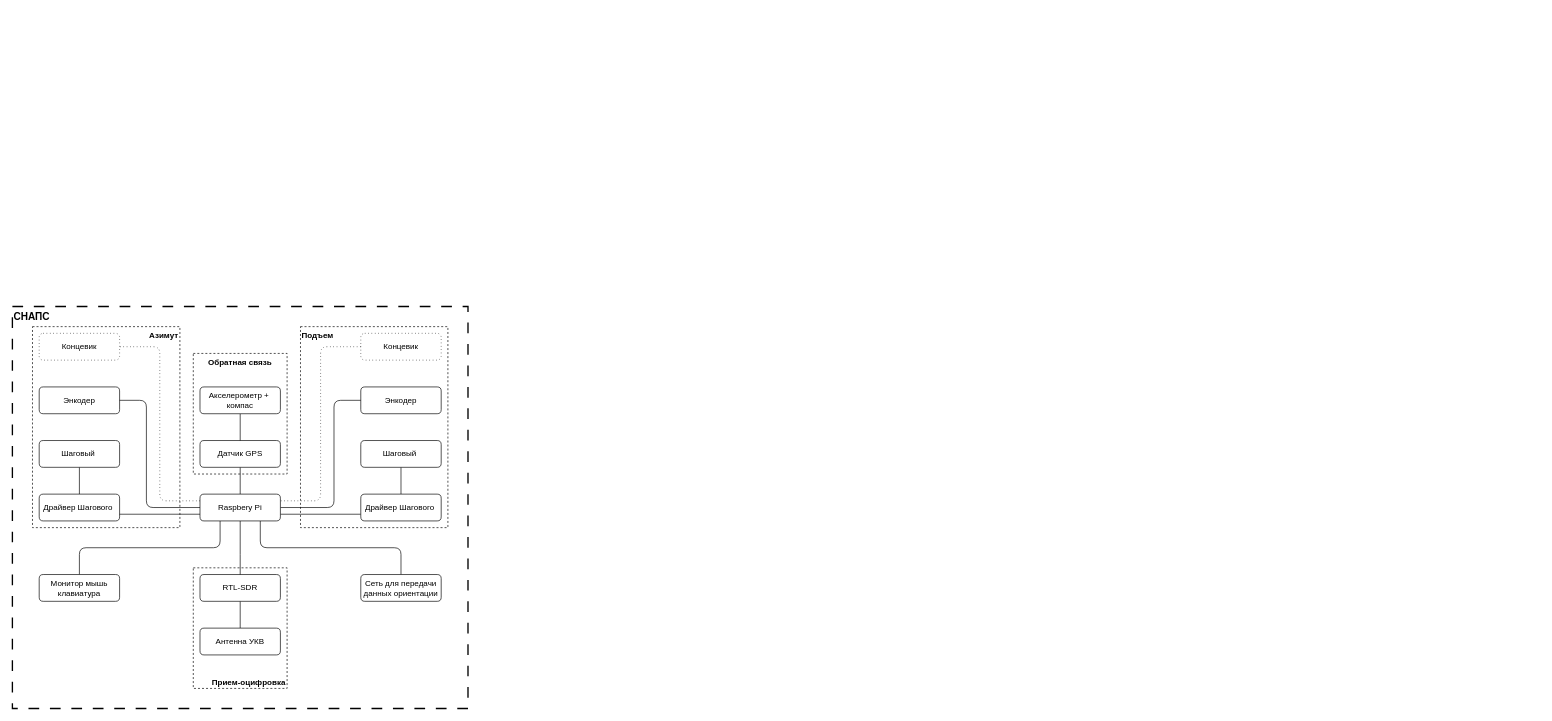
This is docs/Э1.drawio from Nik6820/stars-pcb, a draw.io file, before an edit. Source tidied: cells renumbered, new cells numbered last; positions are measured from the earlier drawing's top-left corner, leaving out a move shared by most shapes. Both pictures are drawn from the tidied source at 67%, with x=0, y=0 at pixel (12, 306).
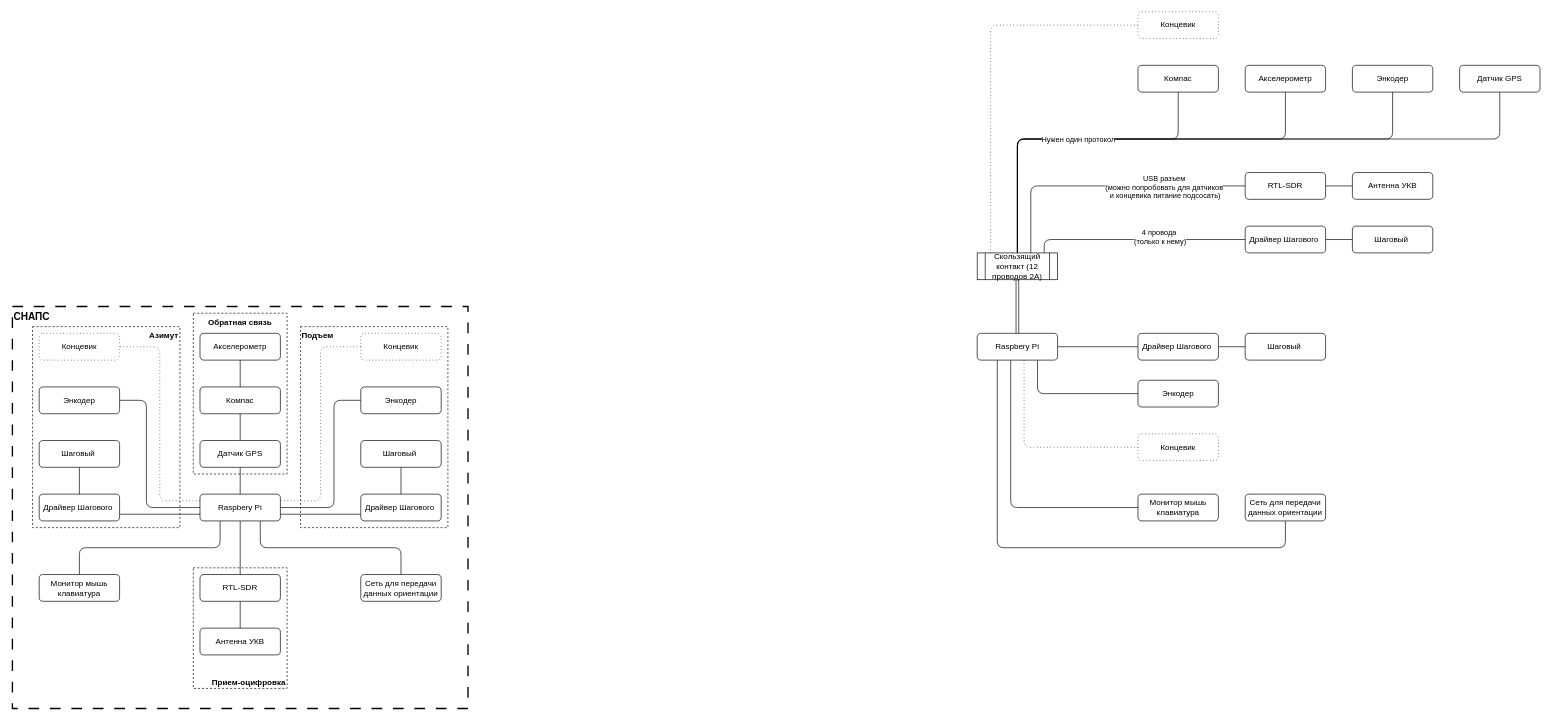
The same diagram, later.

The edit, as a diff of the source:
```diff
@@
     <mxCell id="3" value="Обратная связь" style="rounded=0;whiteSpace=wrap;html=1;dashed=1;fillColor=none;align=center;verticalAlign=top;fontStyle=1;" parent="1" vertex="1">
-      <mxGeometry x="270" y="70" width="140" height="180" as="geometry" />
+      <mxGeometry x="270" y="10" width="140" height="240" as="geometry" />
     </mxCell>
@@
-    <mxCell id="31" value="Акселерометр +&amp;nbsp; компас" style="rounded=1;whiteSpace=wrap;html=1;" parent="1" vertex="1">
+    <mxCell id="31" value="Компас" style="rounded=1;whiteSpace=wrap;html=1;" parent="1" vertex="1">
       <mxGeometry x="280" y="120" width="120" height="40" as="geometry" />
     </mxCell>
@@
+    <mxCell id="36" value="Акселерометр" style="rounded=1;whiteSpace=wrap;html=1;" parent="1" vertex="1">
+      <mxGeometry x="280" y="40" width="120" height="40" as="geometry" />
+    </mxCell>
+    <mxCell id="37" style="endArrow=none;html=1;" parent="1" edge="1" source="31" target="36">
+      <mxGeometry relative="1" as="geometry" />
+    </mxCell>
+    <mxCell id="38" style="edgeStyle=none;html=1;endArrow=none;endFill=0;" parent="1" edge="1" source="39" target="44">
+      <mxGeometry relative="1" as="geometry" />
+    </mxCell>
+    <mxCell id="39" value="&lt;span style=&quot;color: rgb(0, 0, 0);&quot;&gt;Драйвер Шагового&amp;nbsp;&lt;/span&gt;" style="rounded=1;whiteSpace=wrap;html=1;" parent="1" vertex="1">
+      <mxGeometry x="1680" y="40" width="120" height="40" as="geometry" />
+    </mxCell>
+    <mxCell id="40" style="edgeStyle=none;html=1;endArrow=none;endFill=0;" parent="1" edge="1" source="66" target="39">
+      <mxGeometry relative="1" as="geometry" />
+    </mxCell>
+    <mxCell id="41" style="edgeStyle=elbowEdgeStyle;html=1;endArrow=none;endFill=0;entryX=0;entryY=0.5;entryDx=0;entryDy=0;" parent="1" edge="1" source="68" target="46">
+      <mxGeometry relative="1" as="geometry">
+        <Array as="points">
+          <mxPoint x="1540" y="-80" />
+        </Array>
+      </mxGeometry>
+    </mxCell>
+    <mxCell id="42" value="4 провода&amp;nbsp;&lt;div&gt;(только к нему)&lt;/div&gt;" style="edgeLabel;html=1;align=center;verticalAlign=middle;" parent="41" vertex="1">
+      <mxGeometry x="0.2" y="5" relative="1" as="geometry" />
+    </mxCell>
+    <mxCell id="43" style="edgeStyle=elbowEdgeStyle;html=1;endArrow=none;endFill=0;elbow=vertical;exitX=0.25;exitY=1;exitDx=0;exitDy=0;" parent="1" edge="1" source="66" target="49">
+      <mxGeometry relative="1" as="geometry">
+        <Array as="points">
+          <mxPoint x="1480" y="360" />
+        </Array>
+      </mxGeometry>
+    </mxCell>
+    <mxCell id="44" value="&lt;span style=&quot;color: rgb(0, 0, 0);&quot;&gt;Шаговый&amp;nbsp;&lt;/span&gt;" style="rounded=1;whiteSpace=wrap;html=1;" parent="1" vertex="1">
+      <mxGeometry x="1840" y="40" width="120" height="40" as="geometry" />
+    </mxCell>
+    <mxCell id="45" style="edgeStyle=none;html=1;endArrow=none;endFill=0;" parent="1" edge="1" source="46" target="47">
+      <mxGeometry relative="1" as="geometry" />
+    </mxCell>
+    <mxCell id="46" value="&lt;span style=&quot;color: rgb(0, 0, 0);&quot;&gt;Драйвер Шагового&amp;nbsp;&lt;/span&gt;" style="rounded=1;whiteSpace=wrap;html=1;" parent="1" vertex="1">
+      <mxGeometry x="1840" y="-120" width="120" height="40" as="geometry" />
+    </mxCell>
+    <mxCell id="47" value="&lt;span style=&quot;color: rgb(0, 0, 0);&quot;&gt;Шаговый&amp;nbsp;&lt;/span&gt;" style="rounded=1;whiteSpace=wrap;html=1;" parent="1" vertex="1">
+      <mxGeometry x="2000" y="-120" width="120" height="40" as="geometry" />
+    </mxCell>
+    <mxCell id="48" value="Концевик" style="rounded=1;whiteSpace=wrap;html=1;dashed=1;dashPattern=1 4;" parent="1" vertex="1">
+      <mxGeometry x="1680" y="-440" width="120" height="40" as="geometry" />
+    </mxCell>
+    <mxCell id="49" value="Сеть для передачи данных ориентации" style="rounded=1;whiteSpace=wrap;html=1;" parent="1" vertex="1">
+      <mxGeometry x="1840" y="280" width="120" height="40" as="geometry" />
+    </mxCell>
+    <mxCell id="50" style="endArrow=none;html=1;edgeStyle=elbowEdgeStyle;dashed=1;dashPattern=1 4;" parent="1" edge="1" source="48" target="68">
+      <mxGeometry relative="1" as="geometry">
+        <Array as="points">
+          <mxPoint x="1460" y="-230" />
+        </Array>
+      </mxGeometry>
+    </mxCell>
+    <mxCell id="51" style="edgeStyle=none;html=1;endArrow=none;endFill=0;" parent="1" edge="1" source="52" target="59">
+      <mxGeometry relative="1" as="geometry" />
+    </mxCell>
+    <mxCell id="52" value="RTL-SDR" style="rounded=1;whiteSpace=wrap;html=1;" parent="1" vertex="1">
+      <mxGeometry x="1840" y="-200" width="120" height="40" as="geometry" />
+    </mxCell>
+    <mxCell id="53" style="endArrow=none;html=1;edgeStyle=elbowEdgeStyle;exitX=0;exitY=0.5;exitDx=0;exitDy=0;" parent="1" edge="1" source="52" target="68">
+      <mxGeometry relative="1" as="geometry">
+        <Array as="points">
+          <mxPoint x="1520" y="-170" />
+        </Array>
+      </mxGeometry>
+    </mxCell>
+    <mxCell id="54" value="USB разъем&lt;div&gt;(можно попробовать для датчиков&lt;div&gt;&amp;nbsp;и концевика питание подсосать)&lt;/div&gt;&lt;/div&gt;" style="edgeLabel;html=1;align=center;verticalAlign=middle;" parent="53" vertex="1">
+      <mxGeometry x="-0.42" y="1" relative="1" as="geometry" />
+    </mxCell>
+    <mxCell id="55" style="endArrow=none;html=1;edgeStyle=elbowEdgeStyle;" parent="1" edge="1" source="66" target="56">
+      <mxGeometry relative="1" as="geometry">
+        <Array as="points">
+          <mxPoint x="1490" y="180" />
+        </Array>
+      </mxGeometry>
+    </mxCell>
+    <mxCell id="56" value="Монитор мышь клавиатура" style="rounded=1;whiteSpace=wrap;html=1;" parent="1" vertex="1">
+      <mxGeometry x="1680" y="280" width="120" height="40" as="geometry" />
+    </mxCell>
+    <mxCell id="57" value="Концевик" style="rounded=1;whiteSpace=wrap;html=1;dashed=1;dashPattern=1 4;" parent="1" vertex="1">
+      <mxGeometry x="1680" y="190" width="120" height="40" as="geometry" />
+    </mxCell>
+    <mxCell id="58" style="endArrow=none;html=1;edgeStyle=elbowEdgeStyle;dashed=1;dashPattern=1 4;" parent="1" edge="1" source="66" target="57">
+      <mxGeometry relative="1" as="geometry">
+        <Array as="points">
+          <mxPoint x="1510" y="130" />
+        </Array>
+      </mxGeometry>
+    </mxCell>
+    <mxCell id="59" value="Антенна УКВ" style="rounded=1;whiteSpace=wrap;html=1;" parent="1" vertex="1">
+      <mxGeometry x="2000" y="-200" width="120" height="40" as="geometry" />
+    </mxCell>
+    <mxCell id="60" style="edgeStyle=elbowEdgeStyle;html=1;endArrow=none;endFill=0;elbow=vertical;" parent="1" edge="1" source="61" target="68">
+      <mxGeometry relative="1" as="geometry">
+        <Array as="points">
+          <mxPoint x="1880" y="-250" />
+        </Array>
+      </mxGeometry>
+    </mxCell>
+    <mxCell id="61" value="Датчик GPS" style="rounded=1;whiteSpace=wrap;html=1;" parent="1" vertex="1">
+      <mxGeometry x="2160" y="-360" width="120" height="40" as="geometry" />
+    </mxCell>
+    <mxCell id="62" value="Энкодер" style="rounded=1;whiteSpace=wrap;html=1;" parent="1" vertex="1">
+      <mxGeometry x="2000" y="-360" width="120" height="40" as="geometry" />
+    </mxCell>
+    <mxCell id="63" value="Компас" style="rounded=1;whiteSpace=wrap;html=1;" parent="1" vertex="1">
+      <mxGeometry x="1680" y="-360" width="120" height="40" as="geometry" />
+    </mxCell>
+    <mxCell id="64" value="Энкодер" style="rounded=1;whiteSpace=wrap;html=1;" parent="1" vertex="1">
+      <mxGeometry x="1680" y="110" width="120" height="40" as="geometry" />
+    </mxCell>
+    <mxCell id="65" style="endArrow=none;html=1;edgeStyle=elbowEdgeStyle;exitX=0.75;exitY=1;exitDx=0;exitDy=0;elbow=vertical;" parent="1" edge="1" source="66" target="64">
+      <mxGeometry relative="1" as="geometry">
+        <Array as="points">
+          <mxPoint x="1640" y="130" />
+        </Array>
+      </mxGeometry>
+    </mxCell>
+    <mxCell id="66" value="&lt;span style=&quot;color: rgb(0, 0, 0);&quot;&gt;Raspbery Pi&lt;/span&gt;" style="rounded=1;whiteSpace=wrap;html=1;" parent="1" vertex="1">
+      <mxGeometry x="1440" y="40" width="120" height="40" as="geometry" />
+    </mxCell>
+    <mxCell id="67" value="Акселерометр" style="rounded=1;whiteSpace=wrap;html=1;" parent="1" vertex="1">
+      <mxGeometry x="1840" y="-360" width="120" height="40" as="geometry" />
+    </mxCell>
+    <mxCell id="68" value="Скользящий контакт (12 проводов 2А)" style="shape=process;whiteSpace=wrap;html=1;backgroundOutline=1;" parent="1" vertex="1">
+      <mxGeometry x="1440" y="-80" width="120" height="40" as="geometry" />
+    </mxCell>
+    <mxCell id="69" style="endArrow=none;html=1;edgeStyle=elbowEdgeStyle;elbow=vertical;" parent="1" edge="1" source="68" target="62">
+      <mxGeometry relative="1" as="geometry">
+        <Array as="points">
+          <mxPoint x="1810" y="-250" />
+        </Array>
+      </mxGeometry>
+    </mxCell>
+    <mxCell id="70" value=" " style="endArrow=none;html=1;edgeStyle=elbowEdgeStyle;elbow=vertical;" parent="1" edge="1" source="68" target="67">
+      <mxGeometry relative="1" as="geometry">
+        <Array as="points">
+          <mxPoint x="1710" y="-250" />
+        </Array>
+      </mxGeometry>
+    </mxCell>
+    <mxCell id="71" style="endArrow=none;html=1;edgeStyle=elbowEdgeStyle;elbow=vertical;" parent="1" edge="1" source="68" target="63">
+      <mxGeometry relative="1" as="geometry">
+        <Array as="points">
+          <mxPoint x="1630" y="-250" />
+        </Array>
+      </mxGeometry>
+    </mxCell>
+    <mxCell id="72" value="Нужен один протокол" style="edgeLabel;html=1;align=center;verticalAlign=middle;" parent="71" vertex="1">
+      <mxGeometry x="-0.51" y="3" relative="1" as="geometry">
+        <mxPoint x="93" y="-52" as="offset" />
+      </mxGeometry>
+    </mxCell>
+    <mxCell id="73" style="shape=link;html=1;" parent="1" edge="1" source="66" target="68">
+      <mxGeometry relative="1" as="geometry" />
+    </mxCell>
```
